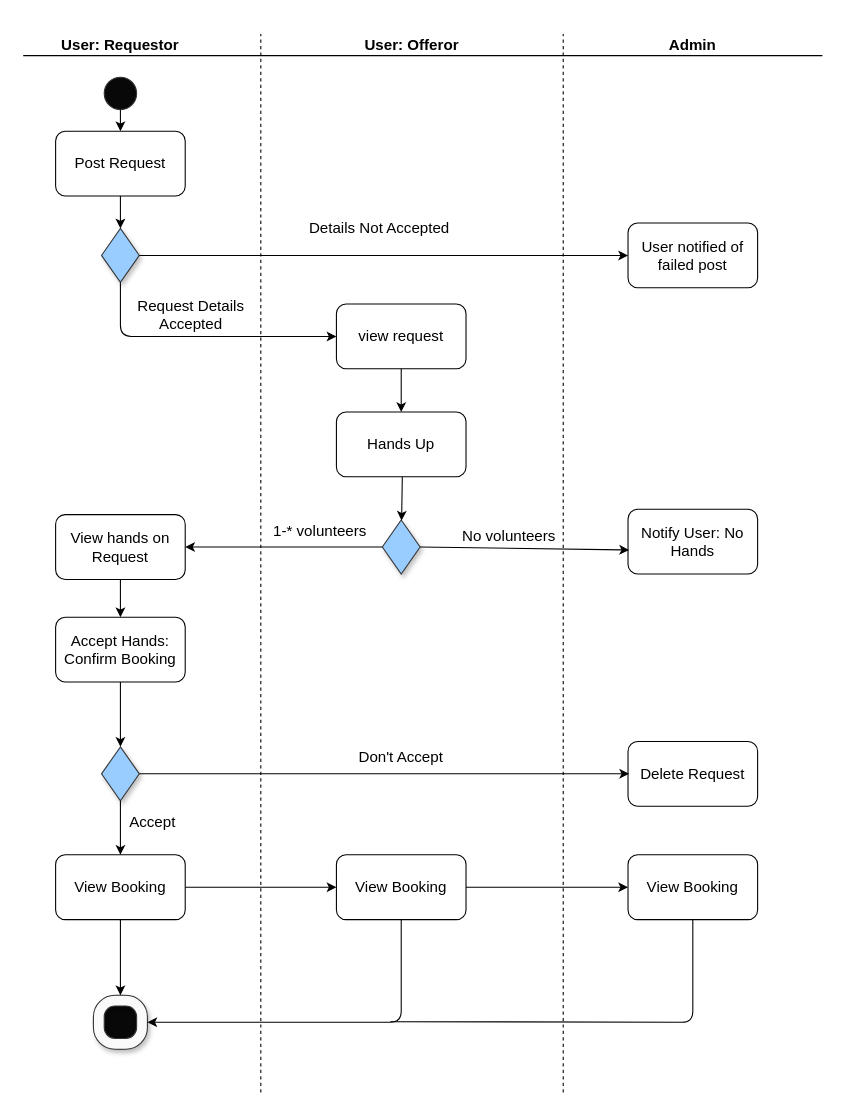
Before: AD1.drawio in willdonlan8/test, a draw.io diagram. Source tidied: cells renumbered, new cells numbered last; positions are measured from the earlier drawing's top-left corner, leaving out a move shared by most shapes. Both pictures are drawn from the tidied source at 108%, with x=0, y=0 at pixel (23, 23).
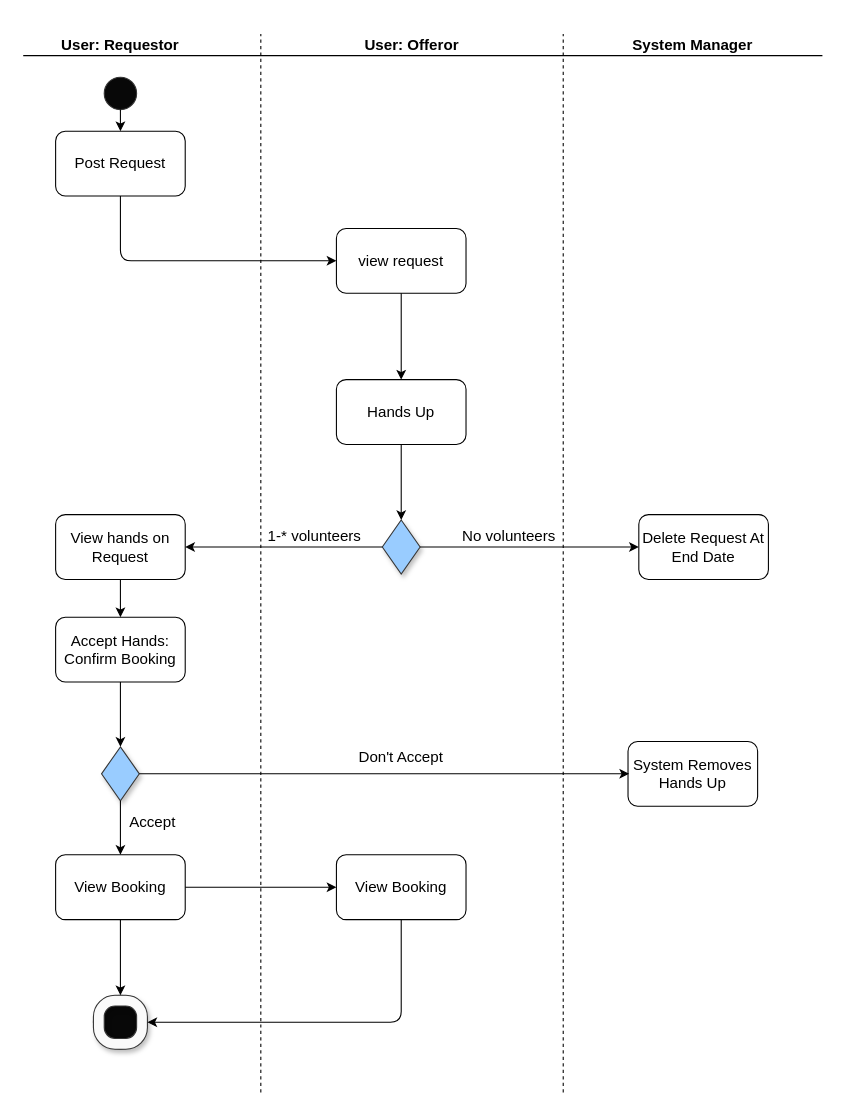
After the change.

Unchanged cells that the change refers to:
```xml
<mxCell id="2" value="&lt;font style=&quot;font-size: 14px&quot;&gt;Post Request&lt;/font&gt;" style="rounded=1;whiteSpace=wrap;html=1;" parent="1" vertex="1">
  <mxGeometry x="30" y="100" width="120" height="60" as="geometry" />
</mxCell>
<mxCell id="11" value="&lt;font style=&quot;font-size: 14px&quot;&gt;View Booking&lt;/font&gt;" style="rounded=1;whiteSpace=wrap;html=1;" parent="1" vertex="1">
  <mxGeometry x="290" y="770" width="120" height="60" as="geometry" />
</mxCell>
<mxCell id="18" style="rhombus;whiteSpace=wrap;html=1;shadow=1;strokeColor=#363636;fillColor=#99CCFF;" parent="1" vertex="1">
  <mxGeometry x="332.5" y="460" width="35" height="50" as="geometry" />
</mxCell>
```

The edit, as a diff of the source:
```diff
@@
-    <mxCell id="3" value="&lt;font style=&quot;font-size: 14px&quot;&gt;User notified of failed post&lt;/font&gt;" style="rounded=1;whiteSpace=wrap;html=1;" parent="1" vertex="1">
-      <mxGeometry x="560" y="185" width="120" height="60" as="geometry" />
-    </mxCell>
     <mxCell id="4" value="&lt;font style=&quot;font-size: 14px&quot;&gt;view request&lt;/font&gt;" style="rounded=1;whiteSpace=wrap;html=1;" parent="1" vertex="1">
-      <mxGeometry x="290" y="260" width="120" height="60" as="geometry" />
+      <mxGeometry x="290" y="190" width="120" height="60" as="geometry" />
     </mxCell>
     <mxCell id="5" value="&lt;font style=&quot;font-size: 14px&quot;&gt;Hands Up&lt;/font&gt;" style="rounded=1;whiteSpace=wrap;html=1;" parent="1" vertex="1">
-      <mxGeometry x="290" y="360" width="120" height="60" as="geometry" />
+      <mxGeometry x="290" y="330" width="120" height="60" as="geometry" />
     </mxCell>
@@
-    <mxCell id="7" value="&lt;font style=&quot;font-size: 14px&quot;&gt;Notify User: No Hands&lt;/font&gt;" style="rounded=1;whiteSpace=wrap;html=1;" parent="1" vertex="1">
-      <mxGeometry x="560" y="450" width="120" height="60" as="geometry" />
-    </mxCell>
-    <mxCell id="8" value="&lt;font style=&quot;font-size: 14px&quot;&gt;Delete Request&lt;/font&gt;" style="rounded=1;whiteSpace=wrap;html=1;" parent="1" vertex="1">
+    <mxCell id="8" value="&lt;font style=&quot;font-size: 14px&quot;&gt;System Removes Hands Up&lt;/font&gt;" style="rounded=1;whiteSpace=wrap;html=1;" parent="1" vertex="1">
       <mxGeometry x="560" y="665" width="120" height="60" as="geometry" />
     </mxCell>
@@
-    <mxCell id="12" value="&lt;font style=&quot;font-size: 14px&quot;&gt;View Booking&lt;/font&gt;" style="rounded=1;whiteSpace=wrap;html=1;" parent="1" vertex="1">
-      <mxGeometry x="560" y="770" width="120" height="60" as="geometry" />
-    </mxCell>
@@
-    <mxCell id="17" style="rhombus;whiteSpace=wrap;html=1;shadow=1;strokeColor=#363636;fillColor=#99CCFF;" parent="1" vertex="1">
-      <mxGeometry x="72.5" y="190" width="35" height="50" as="geometry" />
-    </mxCell>
@@
-    <mxCell id="20" style="endArrow=classic;html=1;exitX=0.5;exitY=1;exitDx=0;exitDy=0;entryX=0.5;entryY=0;entryDx=0;entryDy=0;" parent="1" edge="1" source="2" target="17">
-      <mxGeometry relative="1" as="geometry" />
-    </mxCell>
-    <mxCell id="21" style="endArrow=classic;html=1;exitX=1;exitY=0.5;exitDx=0;exitDy=0;entryX=0;entryY=0.5;entryDx=0;entryDy=0;" parent="1" edge="1" source="17" target="3">
-      <mxGeometry relative="1" as="geometry" />
-    </mxCell>
-    <mxCell id="22" style="endArrow=classic;html=1;exitX=0.5;exitY=1;exitDx=0;exitDy=0;" parent="1" edge="1" source="17" target="4">
+    <mxCell id="22" style="endArrow=classic;html=1;exitX=0.5;exitY=1;exitDx=0;exitDy=0;" parent="1" edge="1" source="2" target="4">
       <mxGeometry relative="1" as="geometry">
         <Array as="points">
-          <mxPoint x="90" y="290" />
+          <mxPoint x="90" y="220" />
         </Array>
       </mxGeometry>
     </mxCell>
@@
-    <mxCell id="24" style="endArrow=classic;html=1;" parent="1" edge="1" target="18">
-      <mxGeometry relative="1" as="geometry">
-        <mxPoint x="351" y="420" as="sourcePoint" />
-      </mxGeometry>
+    <mxCell id="24" style="endArrow=classic;html=1;exitX=0.5;exitY=1;exitDx=0;exitDy=0;" parent="1" edge="1" source="5" target="18">
+      <mxGeometry relative="1" as="geometry" />
     </mxCell>
-    <mxCell id="25" style="endArrow=classic;html=1;exitX=1;exitY=0.5;exitDx=0;exitDy=0;entryX=0.008;entryY=0.629;entryDx=0;entryDy=0;entryPerimeter=0;" parent="1" edge="1" source="18" target="7">
-      <mxGeometry relative="1" as="geometry" />
+    <mxCell id="25" style="endArrow=classic;html=1;exitX=1;exitY=0.5;exitDx=0;exitDy=0;" parent="1" edge="1" source="18">
+      <mxGeometry relative="1" as="geometry">
+        <mxPoint x="570" y="485" as="targetPoint" />
+      </mxGeometry>
     </mxCell>
@@
-    <mxCell id="31" style="endArrow=classic;html=1;entryX=0;entryY=0.5;entryDx=0;entryDy=0;" parent="1" edge="1" source="11" target="12">
-      <mxGeometry relative="1" as="geometry" />
-    </mxCell>
@@
-    <mxCell id="34" style="endArrow=none;html=1;exitX=0.5;exitY=1;exitDx=0;exitDy=0;" parent="1" edge="1" source="12">
-      <mxGeometry relative="1" as="geometry">
-        <mxPoint x="340" y="924.5" as="targetPoint" />
-        <Array as="points">
-          <mxPoint x="620" y="925" />
-        </Array>
-      </mxGeometry>
-    </mxCell>
@@
-    <mxCell id="37" value="&lt;font style=&quot;font-size: 14px&quot;&gt;&lt;b&gt;Admin&lt;/b&gt;&lt;/font&gt;" style="text;html=1;strokeColor=none;fillColor=none;align=center;verticalAlign=middle;whiteSpace=wrap;rounded=0;shadow=1;" parent="1" vertex="1">
+    <mxCell id="37" value="&lt;font style=&quot;font-size: 14px&quot;&gt;&lt;b&gt;System Manager&lt;/b&gt;&lt;/font&gt;" style="text;html=1;strokeColor=none;fillColor=none;align=center;verticalAlign=middle;whiteSpace=wrap;rounded=0;shadow=1;" parent="1" vertex="1">
       <mxGeometry x="530" width="180" height="40" as="geometry" />
     </mxCell>
@@
-    <mxCell id="41" value="&lt;font style=&quot;font-size: 14px&quot;&gt;Details Not Accepted&lt;/font&gt;" style="text;html=1;strokeColor=none;fillColor=none;align=center;verticalAlign=middle;whiteSpace=wrap;rounded=0;shadow=1;" parent="1" vertex="1">
-      <mxGeometry x="240" y="170" width="180" height="40" as="geometry" />
-    </mxCell>
-    <mxCell id="42" value="&lt;font style=&quot;font-size: 14px&quot;&gt;Request Details Accepted&lt;/font&gt;" style="text;html=1;strokeColor=none;fillColor=none;align=center;verticalAlign=middle;whiteSpace=wrap;rounded=0;shadow=1;" parent="1" vertex="1">
-      <mxGeometry x="82.5" y="260" width="145" height="20" as="geometry" />
-    </mxCell>
@@
     <mxCell id="44" value="&lt;span style=&quot;font-size: 14px&quot;&gt;1-* volunteers&lt;/span&gt;" style="text;html=1;strokeColor=none;fillColor=none;align=center;verticalAlign=middle;whiteSpace=wrap;rounded=0;shadow=1;" parent="1" vertex="1">
-      <mxGeometry x="185" y="450" width="180" height="40" as="geometry" />
+      <mxGeometry x="180" y="455" width="180" height="40" as="geometry" />
     </mxCell>
@@
+    <mxCell id="48" value="&lt;font style=&quot;font-size: 14px&quot;&gt;Delete Request At End Date&lt;/font&gt;" style="rounded=1;whiteSpace=wrap;html=1;" parent="1" vertex="1">
+      <mxGeometry x="570" y="455" width="120" height="60" as="geometry" />
+    </mxCell>
```
